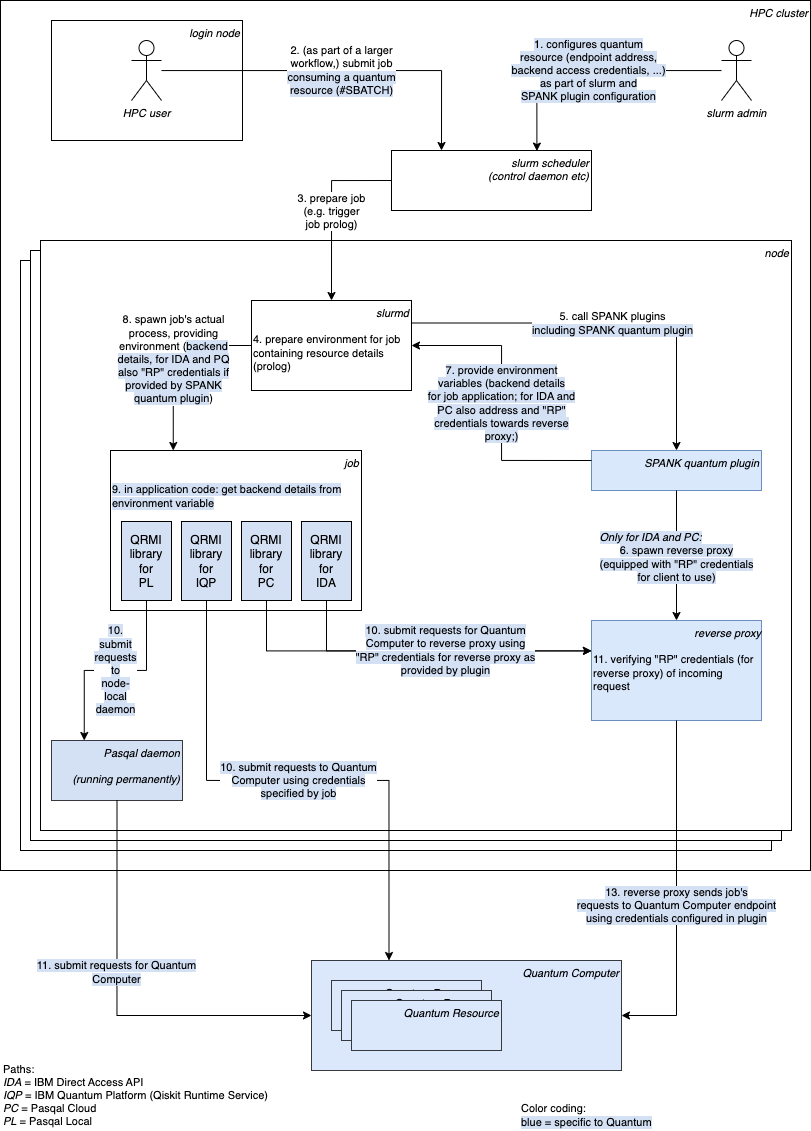
Earlier version of the draw.io export docs/images/high-level-plugin-flow.png (qiskit-community/spank-plugins). Source tidied: cells renumbered, new cells last; positions are measured from the earlier drawing's top-left corner, leaving out a move shared by most shapes.
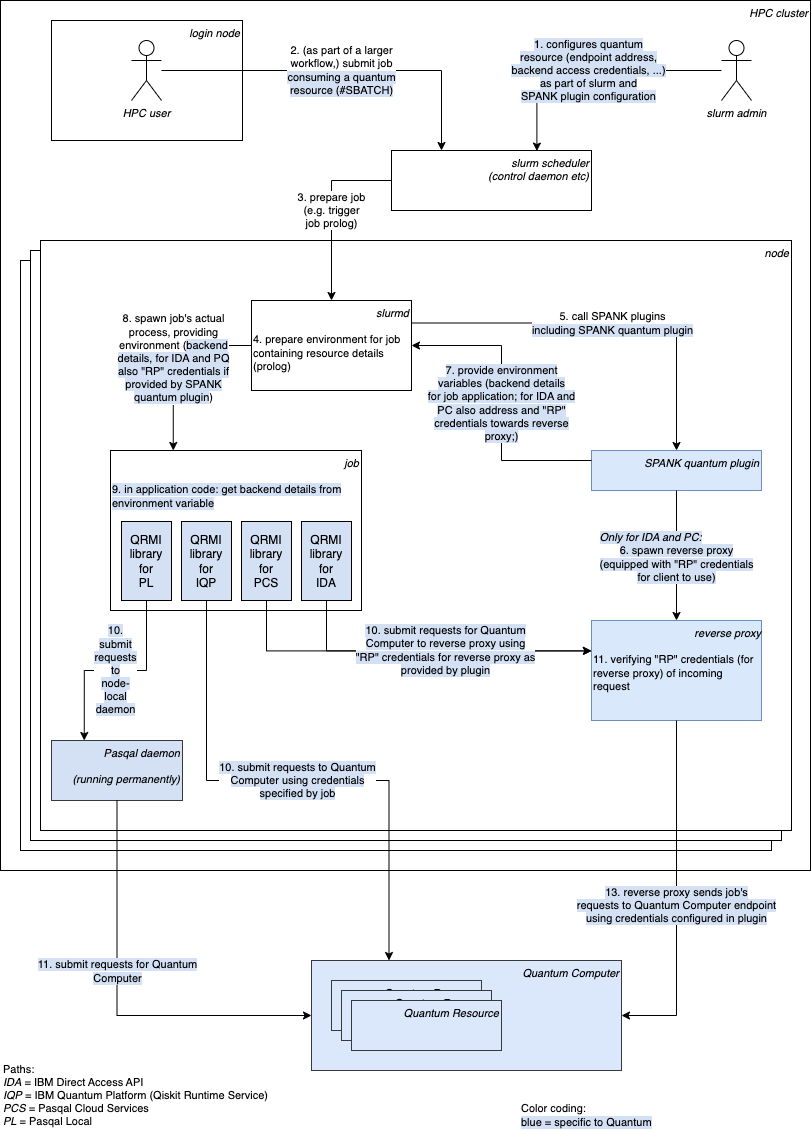
Above is the later version.

Commit message:
change PC to PCS in flow diagram (#87)

Change to the diagram source:
```diff
@@ -68,7 +68,7 @@
     <mxCell id="23" value="&lt;span style=&quot;background-color: rgb(212, 225, 245);&quot;&gt;13. reverse proxy sends job's&lt;br&gt;requests to Quantum Computer endpoint&lt;br&gt;using credentials configured in plugin&lt;/span&gt;" style="edgeStyle=orthogonalEdgeStyle;rounded=0;jettySize=auto;html=1;exitX=0.5;exitY=1;exitDx=0;exitDy=0;entryX=1;entryY=0.5;entryDx=0;entryDy=0;fontSize=11;" parent="1" edge="1" source="7" target="10">
       <mxGeometry x="0.06" relative="1" as="geometry" />
     </mxCell>
-    <mxCell id="24" value="&lt;div&gt;Paths:&lt;/div&gt;&lt;div&gt;&lt;i&gt;IDA&lt;/i&gt; = IBM Direct Access API&lt;/div&gt;&lt;div&gt;&lt;i&gt;IQP&lt;/i&gt; = IBM Quantum Platform (Qiskit Runtime Service)&lt;/div&gt;&lt;div&gt;&lt;i&gt;PC&lt;/i&gt; = Pasqal Cloud&lt;/div&gt;&lt;div&gt;&lt;i&gt;PL&lt;/i&gt; = Pasqal Local&lt;/div&gt;" style="text;html=1;align=left;verticalAlign=middle;whiteSpace=wrap;rounded=0;fontSize=11;" parent="1" vertex="1">
+    <mxCell id="24" value="&lt;div&gt;Paths:&lt;/div&gt;&lt;div&gt;&lt;i&gt;IDA&lt;/i&gt; = IBM Direct Access API&lt;/div&gt;&lt;div&gt;&lt;i&gt;IQP&lt;/i&gt; = IBM Quantum Platform (Qiskit Runtime Service)&lt;/div&gt;&lt;div&gt;&lt;i&gt;PCS&lt;/i&gt;&amp;nbsp;= Pasqal Cloud Services&lt;/div&gt;&lt;div&gt;&lt;i&gt;PL&lt;/i&gt; = Pasqal Local&lt;/div&gt;" style="text;html=1;align=left;verticalAlign=middle;whiteSpace=wrap;rounded=0;fontSize=11;" parent="1" vertex="1">
       <mxGeometry x="1" y="1060" width="291" height="70" as="geometry" />
     </mxCell>
     <mxCell id="25" value="&lt;span&gt;&lt;div style=&quot;text-align: left; text-wrap-mode: wrap;&quot;&gt;&lt;div&gt;&lt;span style=&quot;background-color: rgb(212, 225, 245);&quot;&gt;&lt;i&gt;Only for IDA and PC:&lt;/i&gt;&lt;/span&gt;&lt;/div&gt;&lt;span style=&quot;text-align: center; text-wrap-mode: nowrap; background-color: rgb(212, 225, 245);&quot;&gt;&lt;/span&gt;&lt;/div&gt;&lt;span style=&quot;background-color: rgb(212, 225, 245);&quot;&gt;6. spawn reverse proxy&lt;/span&gt;&lt;br&gt;&lt;span style=&quot;background-color: rgb(212, 225, 245);&quot;&gt;(equipped with &quot;RP&quot; credentials&lt;/span&gt;&lt;br&gt;&lt;span style=&quot;background-color: rgb(212, 225, 245);&quot;&gt;for client to use)&lt;/span&gt;&lt;/span&gt;" style="edgeStyle=orthogonalEdgeStyle;rounded=0;jettySize=auto;html=1;exitX=0.5;exitY=1;exitDx=0;exitDy=0;fontSize=11;" parent="1" edge="1" source="6" target="7">
@@ -82,7 +82,7 @@
         <mxPoint y="1" as="offset" />
       </mxGeometry>
     </mxCell>
-    <mxCell id="28" value="QRMI library for&lt;br&gt;PC" style="rounded=0;whiteSpace=wrap;html=1;fillColor=#D4E1F5;direction=north;" parent="1" vertex="1">
+    <mxCell id="28" value="QRMI library for&lt;br&gt;PCS" style="rounded=0;whiteSpace=wrap;html=1;fillColor=#D4E1F5;direction=north;" parent="1" vertex="1">
       <mxGeometry x="241" y="521" width="50" height="79" as="geometry" />
     </mxCell>
     <mxCell id="29" value="QRMI library for&lt;br&gt;IQP" style="rounded=0;whiteSpace=wrap;html=1;fillColor=#D4E1F5;direction=north;" parent="1" vertex="1">
```
